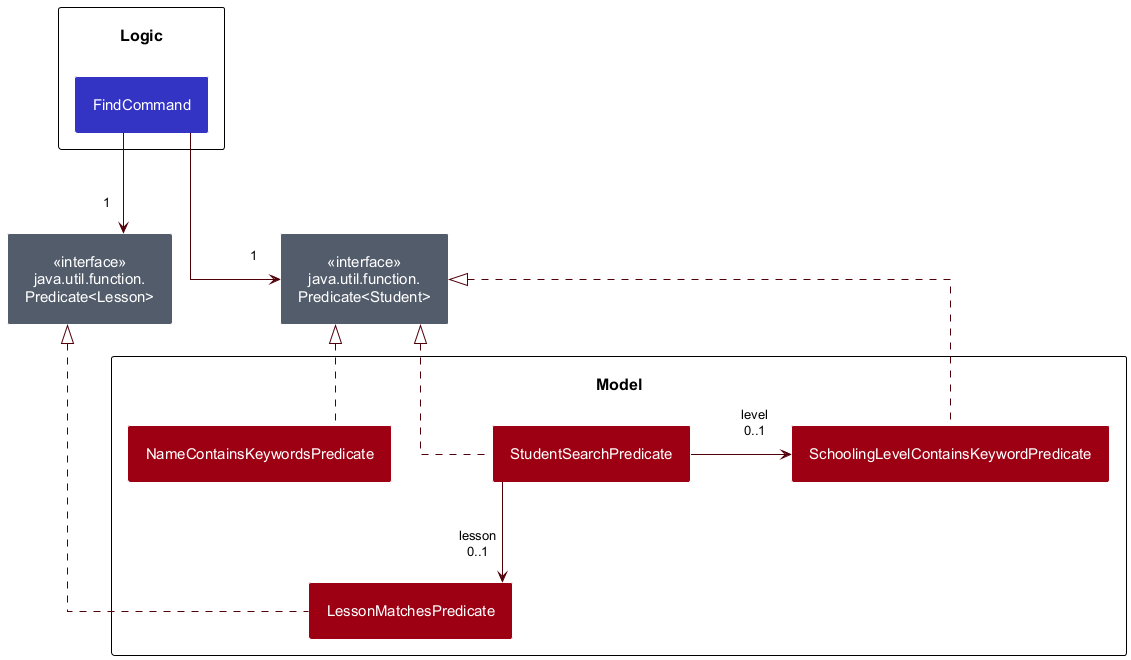
This is docs/images/StudentSearchClassDiagram.png from AY2627S1-CS2103T-F13-4/tp, a PlantUML export, as it was before one commit.
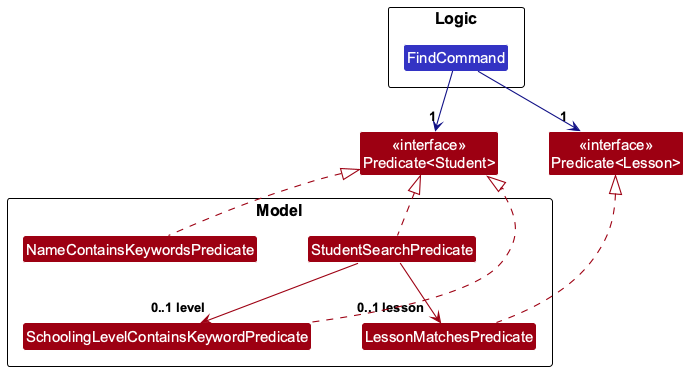
After the commit.

What changed in the source:
```diff
@@ -1,32 +1,37 @@
 @startuml
+skinparamlocked defaultFontName Arial
 set namespaceSeparator none
 !include style.puml
-skinparam ArrowFontStyle plain
-skinparam linetype ortho
-skinparam nodesep 100
-skinparam ranksep 100
-skinparam padding 15
-skinparam packageTitleAlignment left
+skinparam arrowThickness 1.1
+skinparam arrowColor MODEL_COLOR
 skinparam classBackgroundColor MODEL_COLOR
-skinparam arrowColor #51000A
 skinparam genericDisplay old
+skinparam nodesep 50
+
 package Logic {
 class FindCommand LOGIC_COLOR
 }
-class "<<interface>>\njava.util.function.\nPredicate<Student>" as PS #525C6B
-class "<<interface>>\njava.util.function.\nPredicate<Lesson>" as PL #525C6B
+
+class "<<interface>>\nPredicate<Student>" as PS
+class "<<interface>>\nPredicate<Lesson>" as PL
+
 package Model {
+class NameContainsKeywordsPredicate
 class StudentSearchPredicate
-class NameContainsKeywordsPredicate
 class SchoolingLevelContainsKeywordPredicate
 class LessonMatchesPredicate
 }
-FindCommand --> "1" PS
-FindCommand --> "1" PL
+
+FindCommand -[#101086]-> "1" PS
+FindCommand -[#101086]-> "1" PL
+PS -[hidden]right- PL
+
+NameContainsKeywordsPredicate .up.|> PS
 StudentSearchPredicate .up.|> PS
-NameContainsKeywordsPredicate .up.|> PS
+NameContainsKeywordsPredicate -[hidden]right- StudentSearchPredicate
+
+StudentSearchPredicate --> "0..1 level" SchoolingLevelContainsKeywordPredicate
+StudentSearchPredicate --> "0..1 lesson" LessonMatchesPredicate
 SchoolingLevelContainsKeywordPredicate .up.|> PS
 LessonMatchesPredicate .up.|> PL
-StudentSearchPredicate -right-> "level\n0..1" SchoolingLevelContainsKeywordPredicate
-StudentSearchPredicate --> "lesson\n0..1" LessonMatchesPredicate
 @enduml
```
